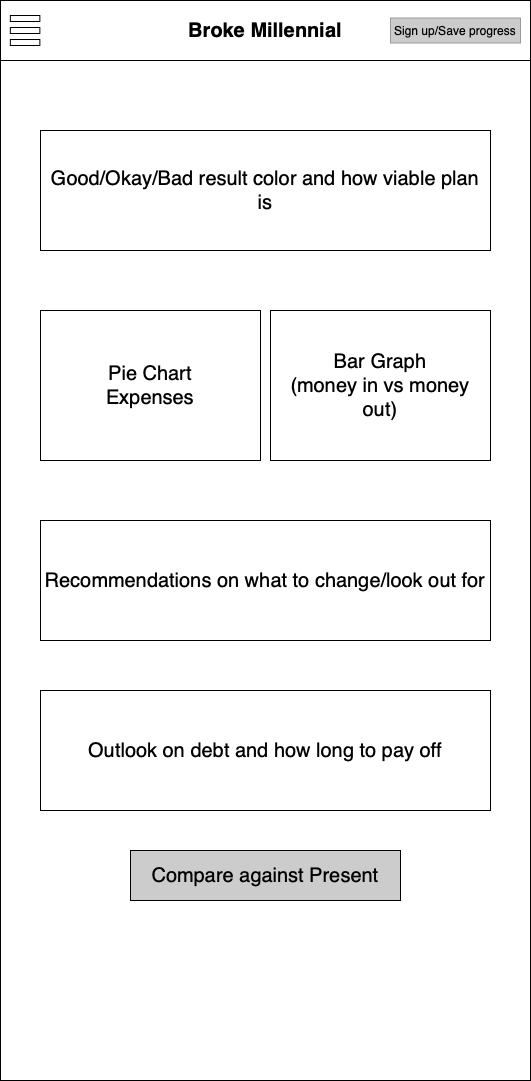
Above: ux-design/Present_Results.png in software-assignments-spring2021/spring-2020-cruel-badger (draw.io), before the change. Source tidied: cells renumbered, new cells last; positions are measured from the earlier drawing's top-left corner, leaving out a move shared by most shapes.
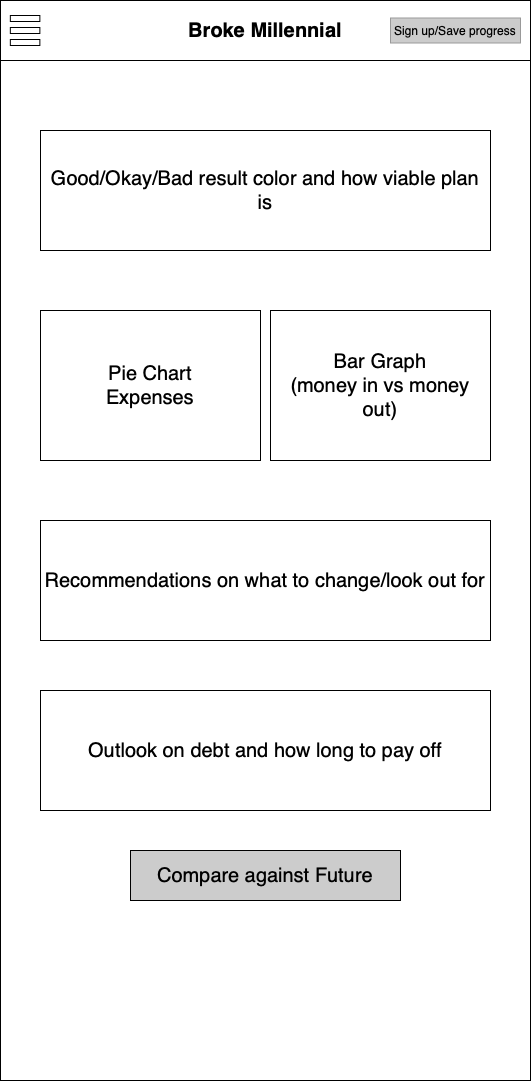
The same diagram one commit later.

Commit message:
present results updated once again because I keep forgetting things

The edit, as a diff of the source:
```diff
@@ -38,7 +38,7 @@
     <mxCell id="13" value="Outlook on debt and how long to pay off" style="rounded=0;whiteSpace=wrap;html=1;fontSize=20;" parent="1" vertex="1">
       <mxGeometry x="40" y="690" width="450" height="120" as="geometry" />
     </mxCell>
-    <mxCell id="14" value="Compare against Present" style="rounded=0;whiteSpace=wrap;html=1;fontSize=20;fillColor=#CCCCCC;" parent="1" vertex="1">
+    <mxCell id="14" value="Compare against Future" style="rounded=0;whiteSpace=wrap;html=1;fontSize=20;fillColor=#CCCCCC;" parent="1" vertex="1">
       <mxGeometry x="130" y="850" width="270" height="50" as="geometry" />
     </mxCell>
   </root>
```
